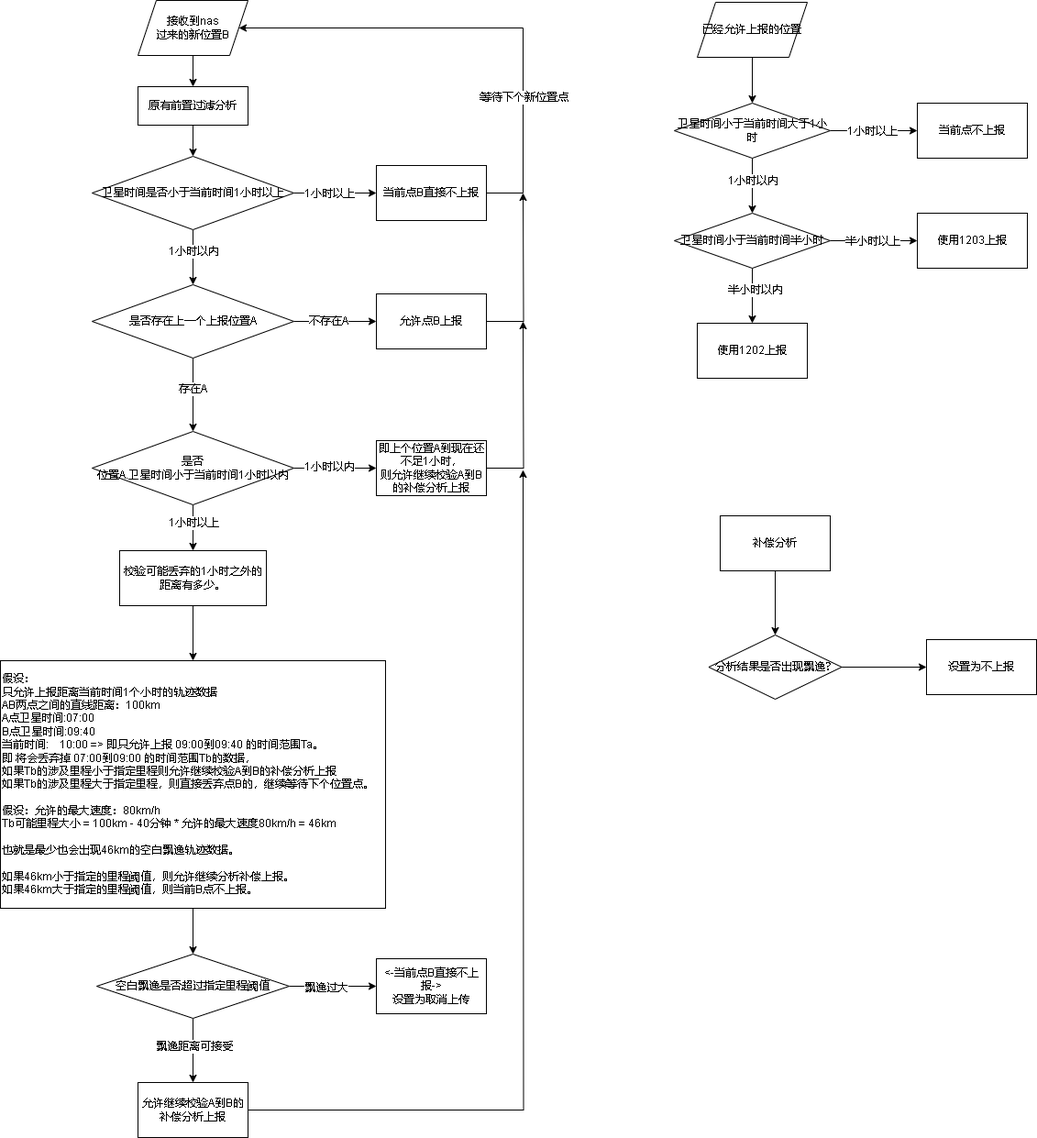
Before: 809轨迹时间异常.drawio.png, a diagram exported from draw.io (xktder/draw). Source tidied: cells renumbered, new cells last; positions are measured from the earlier drawing's top-left corner, leaving out a move shared by most shapes.
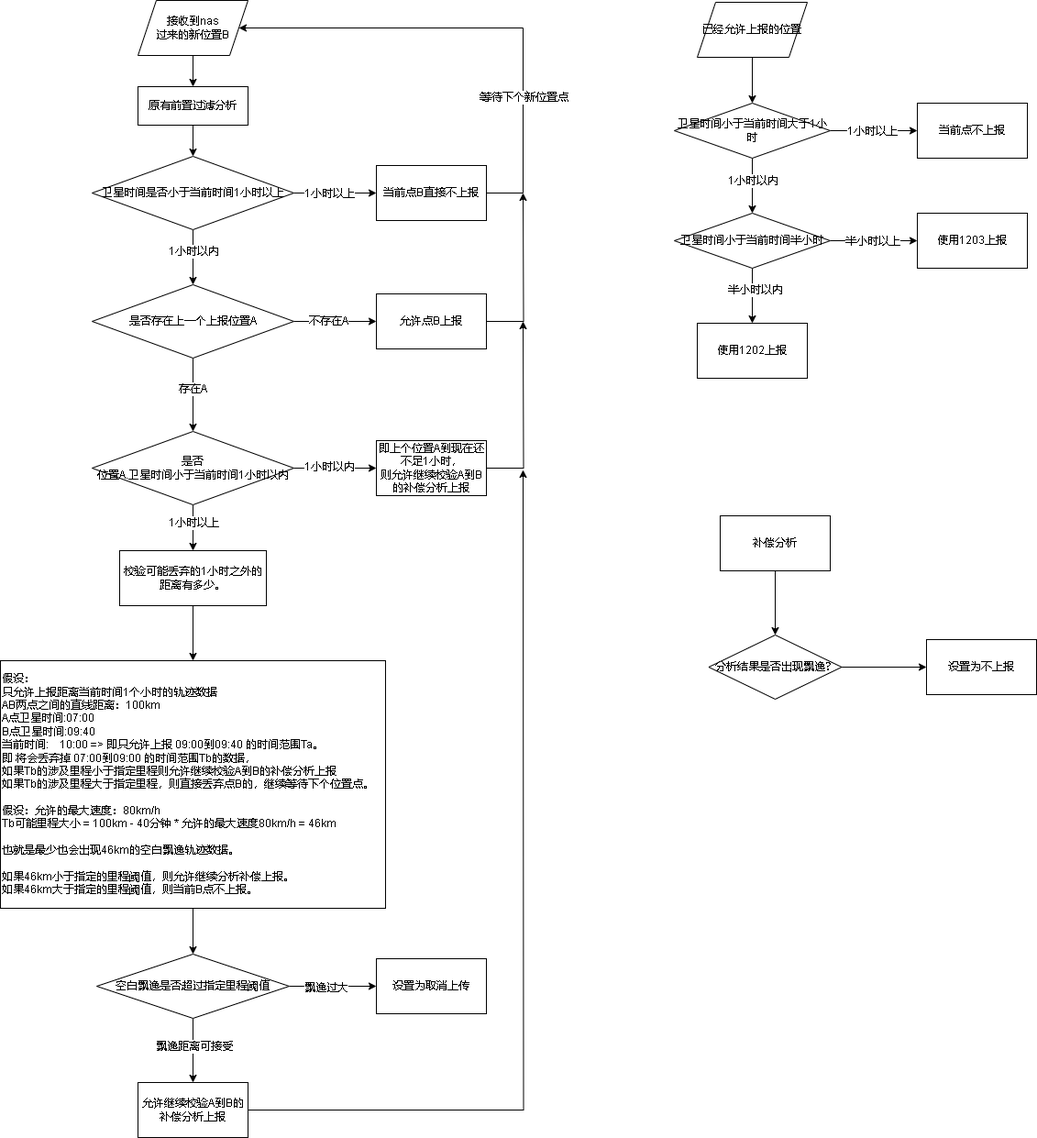
Later version of the same file.

Commit message:
更新809轨迹时间异常.drawio.png

Change to the diagram source:
```diff
@@ -110,7 +110,7 @@
     <mxCell id="34" value="空白飘逸是否超过指定里程阈值" style="rhombus;whiteSpace=wrap;html=1;align=center;rounded=0;" parent="1" vertex="1">
       <mxGeometry x="105" y="1040" width="210" height="70" as="geometry" />
     </mxCell>
-    <mxCell id="35" value="&amp;lt;-当前点B直接不上报-&amp;gt;&lt;br&gt;设置为取消上传" style="whiteSpace=wrap;html=1;rounded=0;" parent="1" vertex="1">
+    <mxCell id="35" value="设置为取消上传" style="whiteSpace=wrap;html=1;rounded=0;" parent="1" vertex="1">
       <mxGeometry x="410" y="1045" width="120" height="60" as="geometry" />
     </mxCell>
     <mxCell id="36" style="edgeStyle=orthogonalEdgeStyle;rounded=0;jettySize=auto;html=1;" parent="1" edge="1" source="37">
```
